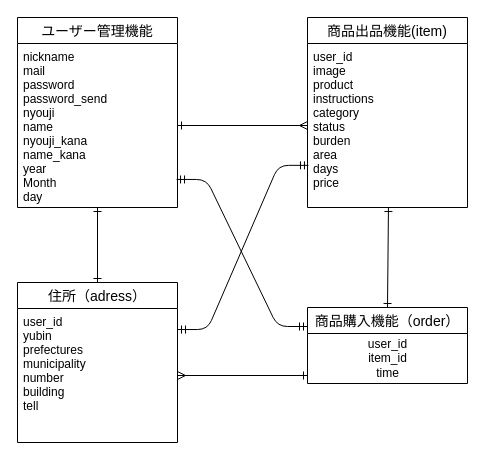
This is test.dio from USSI6360/furima-30659, a draw.io file, before an edit. Source tidied: cells renumbered, new cells numbered last; positions are measured from the earlier drawing's top-left corner, leaving out a move shared by most shapes. Both pictures are drawn from the tidied source at 100%, with x=0, y=0 at pixel (17, 17).
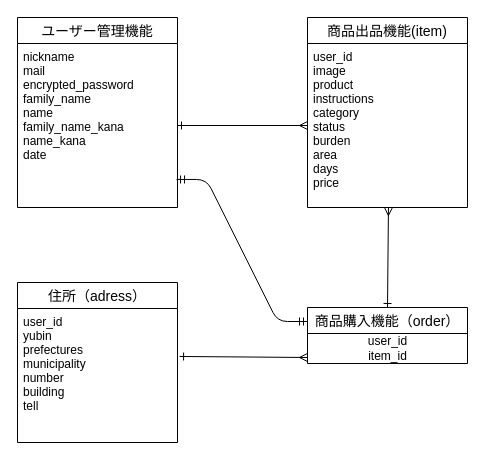
After the change.

What changed in the source:
```diff
@@
 <mxGraphModel>
   <root>
     <mxCell id="0" />
     <mxCell id="1" parent="0" />
     <mxCell id="2" value="商品購入機能（order）" style="swimlane;fontStyle=0;horizontal=1;startSize=26;align=center;fontSize=14;" parent="1" vertex="1">
-      <mxGeometry x="290" y="290" width="160" height="76" as="geometry" />
+      <mxGeometry x="290" y="290" width="160" height="56" as="geometry" />
     </mxCell>
-    <mxCell id="3" value="user_id&lt;br&gt;item_id&lt;br&gt;time" style="text;html=1;align=center;verticalAlign=middle;points=[];" parent="2" vertex="1">
-      <mxGeometry y="26" width="160" height="50" as="geometry" />
+    <mxCell id="3" value="user_id&lt;br&gt;item_id&lt;br&gt;" style="text;html=1;align=center;verticalAlign=middle;points=[];" parent="2" vertex="1">
+      <mxGeometry y="26" width="160" height="30" as="geometry" />
     </mxCell>
     <mxCell id="4" value="商品出品機能(item)" style="swimlane;fontStyle=0;horizontal=1;startSize=26;align=center;fontSize=14;" parent="1" vertex="1">
       <mxGeometry x="290" width="160" height="190" as="geometry" />
     </mxCell>
     <mxCell id="5" value="user_id&#10;image&#10;product&#10;instructions&#10;category&#10;status&#10;burden&#10;area&#10;days&#10;price" style="text;strokeColor=none;fillColor=none;spacingLeft=4;spacingRight=4;overflow=hidden;points=[[0,0.5],[1,0.5]];portConstraint=eastwest;fontSize=12;" parent="4" vertex="1">
       <mxGeometry y="26" width="160" height="164" as="geometry" />
     </mxCell>
     <mxCell id="6" style="endArrow=ERmany;html=1;rounded=0;exitX=1;exitY=0.5;exitDx=0;exitDy=0;startArrow=ERone;startFill=0;endFill=0;entryX=0;entryY=0.5;entryDx=0;entryDy=0;" parent="1" edge="1" source="9" target="5">
       <mxGeometry relative="1" as="geometry" />
     </mxCell>
-    <mxCell id="7" style="endArrow=ERone;html=1;rounded=0;exitX=0.506;exitY=1;exitDx=0;exitDy=0;exitPerimeter=0;entryX=0.5;entryY=0;entryDx=0;entryDy=0;startArrow=ERone;startFill=0;endFill=0;" parent="1" edge="1" source="5" target="2">
+    <mxCell id="7" style="endArrow=ERone;html=1;rounded=0;exitX=0.506;exitY=1;exitDx=0;exitDy=0;exitPerimeter=0;entryX=0.5;entryY=0;entryDx=0;entryDy=0;startArrow=ERmany;startFill=0;endFill=0;" parent="1" edge="1" source="5" target="2">
       <mxGeometry relative="1" as="geometry" />
     </mxCell>
     <mxCell id="8" value="ユーザー管理機能" style="swimlane;fontStyle=0;horizontal=1;startSize=26;align=center;fontSize=14;" parent="1" vertex="1">
       <mxGeometry width="160" height="190" as="geometry" />
     </mxCell>
-    <mxCell id="9" value="nickname&#10;mail&#10;password&#10;password_send&#10;nyouji&#10;name&#10;nyouji_kana&#10;name_kana&#10;year&#10;Month&#10;day&#10;&#10;&#10;" style="text;strokeColor=none;fillColor=none;spacingLeft=4;spacingRight=4;overflow=hidden;points=[[0,0.5],[1,0.5]];portConstraint=eastwest;fontSize=12;" parent="8" vertex="1">
+    <mxCell id="9" value="nickname&#10;mail&#10;encrypted_password&#10;family_name&#10;name&#10;family_name_kana&#10;name_kana&#10;date&#10;&#10;" style="text;strokeColor=none;fillColor=none;spacingLeft=4;spacingRight=4;overflow=hidden;points=[[0,0.5],[1,0.5]];portConstraint=eastwest;fontSize=12;" parent="8" vertex="1">
       <mxGeometry y="26" width="160" height="164" as="geometry" />
     </mxCell>
     <mxCell id="10" value="住所（adress）" style="swimlane;fontStyle=0;horizontal=1;startSize=26;align=center;fontSize=14;" parent="1" vertex="1">
       <mxGeometry y="265" width="160" height="160" as="geometry" />
     </mxCell>
     <mxCell id="11" value="user_id&#10;yubin&#10;prefectures&#10;municipality&#10;number&#10;building&#10;tell&#10;" style="text;strokeColor=none;fillColor=none;spacingLeft=4;spacingRight=4;overflow=hidden;points=[[0,0.5],[1,0.5]];portConstraint=eastwest;fontSize=12;" parent="10" vertex="1">
       <mxGeometry y="26" width="160" height="134" as="geometry" />
     </mxCell>
-    <mxCell id="12" style="endArrow=ERone;html=1;rounded=0;exitX=0.5;exitY=0;exitDx=0;exitDy=0;startArrow=ERone;startFill=0;endFill=0;" parent="1" edge="1" source="10" target="9">
-      <mxGeometry relative="1" as="geometry" />
-    </mxCell>
-    <mxCell id="13" style="endArrow=ERone;html=1;rounded=0;exitX=1;exitY=0.5;exitDx=0;exitDy=0;startArrow=ERmany;startFill=0;endFill=0;" parent="1" edge="1" source="11">
-      <mxGeometry relative="1" as="geometry">
-        <mxPoint x="290" y="358" as="targetPoint" />
-      </mxGeometry>
+    <mxCell id="13" style="endArrow=ERmany;html=1;rounded=0;exitX=1.013;exitY=0.358;exitDx=0;exitDy=0;startArrow=ERone;startFill=0;endFill=0;exitPerimeter=0;entryX=0;entryY=0.8;entryDx=0;entryDy=0;entryPerimeter=0;" parent="1" edge="1" source="11" target="3">
+      <mxGeometry relative="1" as="geometry" />
     </mxCell>
-    <mxCell id="14" style="edgeStyle=entityRelationEdgeStyle;fontSize=12;html=1;endArrow=ERmandOne;startArrow=ERmandOne;exitX=1;exitY=0.157;exitDx=0;exitDy=0;exitPerimeter=0;entryX=0.006;entryY=0.743;entryDx=0;entryDy=0;entryPerimeter=0;" parent="1" edge="1" source="11" target="5">
-      <mxGeometry relative="1" as="geometry" />
-    </mxCell>
     <mxCell id="15" style="edgeStyle=entityRelationEdgeStyle;fontSize=12;html=1;endArrow=ERmandOne;startArrow=ERmandOne;entryX=0;entryY=0.25;entryDx=0;entryDy=0;exitX=0.994;exitY=0.829;exitDx=0;exitDy=0;exitPerimeter=0;" parent="1" edge="1" source="9" target="2">
       <mxGeometry relative="1" as="geometry" />
     </mxCell>
   </root>
 </mxGraphModel>
```
